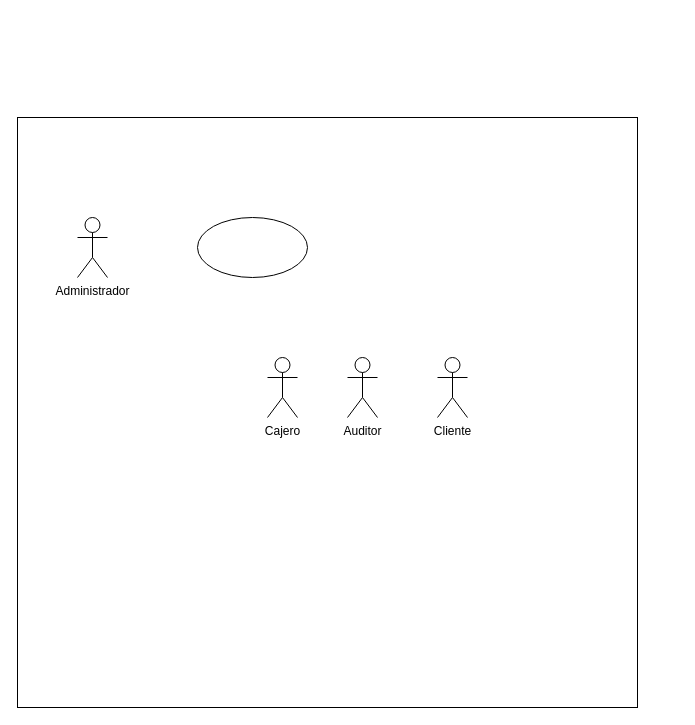
Before: page "Diagrama de casos de uso" (1 of 3) of TC14.drawio in KevinCordoba/RepositoriodeDiagramas, a draw.io diagram. Source tidied: cells renumbered, new cells numbered last; positions are measured from the earlier drawing's top-left corner, leaving out a move shared by most shapes. Both pictures are drawn from the tidied source at 100%, with x=0, y=0 at pixel (17, 117).
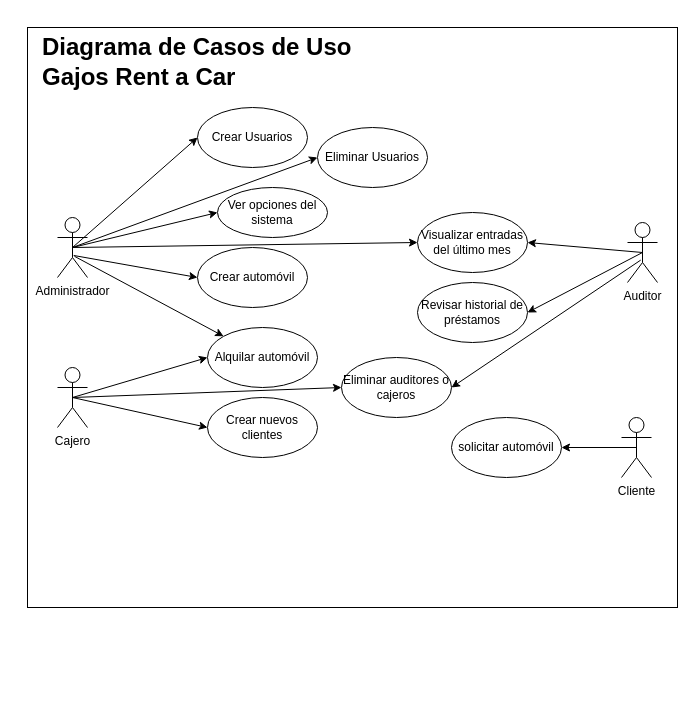
The same diagram, later.

Change to the diagram source:
```diff
@@
     <mxCell id="2" style="rounded=0;whiteSpace=wrap;html=1;" parent="1" vertex="1">
-      <mxGeometry width="620" height="590" as="geometry" />
+      <mxGeometry x="10" y="-90" width="650" height="580" as="geometry" />
     </mxCell>
     <mxCell id="3" value="Administrador" style="shape=umlActor;verticalLabelPosition=bottom;verticalAlign=top;html=1;" parent="1" vertex="1">
-      <mxGeometry x="60" y="100" width="30" height="60" as="geometry" />
+      <mxGeometry x="40" y="100" width="30" height="60" as="geometry" />
     </mxCell>
     <mxCell id="4" value="Cajero" style="shape=umlActor;verticalLabelPosition=bottom;verticalAlign=top;html=1;" parent="1" vertex="1">
-      <mxGeometry x="250" y="240" width="30" height="60" as="geometry" />
+      <mxGeometry x="40" y="250" width="30" height="60" as="geometry" />
     </mxCell>
     <mxCell id="5" value="Auditor" style="shape=umlActor;verticalLabelPosition=bottom;verticalAlign=top;html=1;" parent="1" vertex="1">
-      <mxGeometry x="330" y="240" width="30" height="60" as="geometry" />
+      <mxGeometry x="610" y="105" width="30" height="60" as="geometry" />
     </mxCell>
     <mxCell id="6" value="Cliente" style="shape=umlActor;verticalLabelPosition=bottom;verticalAlign=top;html=1;" parent="1" vertex="1">
-      <mxGeometry x="420" y="240" width="30" height="60" as="geometry" />
+      <mxGeometry x="604" y="300" width="30" height="60" as="geometry" />
     </mxCell>
+    <mxCell id="8" value="Crear nuevos clientes" style="ellipse;whiteSpace=wrap;html=1;" parent="1" vertex="1">
+      <mxGeometry x="190" y="280" width="110" height="60" as="geometry" />
+    </mxCell>
+    <mxCell id="9" value="Alquilar automóvil" style="ellipse;whiteSpace=wrap;html=1;" parent="1" vertex="1">
+      <mxGeometry x="190" y="210" width="110" height="60" as="geometry" />
+    </mxCell>
+    <mxCell id="10" style="endArrow=classic;html=1;rounded=0;exitX=0.5;exitY=0.5;exitDx=0;exitDy=0;exitPerimeter=0;entryX=0;entryY=0.5;entryDx=0;entryDy=0;" parent="1" edge="1" source="3" target="7">
+      <mxGeometry relative="1" as="geometry" />
+    </mxCell>
+    <mxCell id="11" style="endArrow=classic;html=1;rounded=0;exitX=0.5;exitY=0.5;exitDx=0;exitDy=0;exitPerimeter=0;entryX=0;entryY=0.5;entryDx=0;entryDy=0;" parent="1" edge="1" source="4" target="8">
+      <mxGeometry relative="1" as="geometry" />
+    </mxCell>
+    <mxCell id="12" style="endArrow=classic;html=1;rounded=0;exitX=0.5;exitY=0.5;exitDx=0;exitDy=0;exitPerimeter=0;entryX=0;entryY=0.5;entryDx=0;entryDy=0;" parent="1" edge="1" source="4" target="9">
+      <mxGeometry relative="1" as="geometry" />
+    </mxCell>
+    <mxCell id="13" value="Revisar historial de préstamos" style="ellipse;whiteSpace=wrap;html=1;" parent="1" vertex="1">
+      <mxGeometry x="400" y="165" width="110" height="60" as="geometry" />
+    </mxCell>
+    <mxCell id="14" value="Visualizar entradas del último mes" style="ellipse;whiteSpace=wrap;html=1;" parent="1" vertex="1">
+      <mxGeometry x="400" y="95" width="110" height="60" as="geometry" />
+    </mxCell>
+    <mxCell id="15" style="endArrow=classic;html=1;rounded=0;exitX=0.5;exitY=0.5;exitDx=0;exitDy=0;exitPerimeter=0;entryX=1;entryY=0.5;entryDx=0;entryDy=0;" parent="1" edge="1" source="5" target="13">
+      <mxGeometry relative="1" as="geometry" />
+    </mxCell>
+    <mxCell id="16" style="endArrow=classic;html=1;rounded=0;exitX=0.5;exitY=0.5;exitDx=0;exitDy=0;exitPerimeter=0;entryX=1;entryY=0.5;entryDx=0;entryDy=0;" parent="1" edge="1" source="5" target="14">
+      <mxGeometry relative="1" as="geometry" />
+    </mxCell>
+    <mxCell id="17" value="solicitar automóvil" style="ellipse;whiteSpace=wrap;html=1;" parent="1" vertex="1">
+      <mxGeometry x="434" y="300" width="110" height="60" as="geometry" />
+    </mxCell>
+    <mxCell id="18" style="endArrow=classic;html=1;rounded=0;exitX=0.5;exitY=0.5;exitDx=0;exitDy=0;exitPerimeter=0;entryX=1;entryY=0.5;entryDx=0;entryDy=0;" parent="1" edge="1" source="6" target="17">
+      <mxGeometry relative="1" as="geometry" />
+    </mxCell>
+    <mxCell id="19" value="Crear automóvil" style="ellipse;whiteSpace=wrap;html=1;" parent="1" vertex="1">
+      <mxGeometry x="180" y="130" width="110" height="60" as="geometry" />
+    </mxCell>
+    <mxCell id="20" style="endArrow=classic;html=1;rounded=0;exitX=0.54;exitY=0.633;exitDx=0;exitDy=0;exitPerimeter=0;entryX=0;entryY=0.5;entryDx=0;entryDy=0;" parent="1" edge="1" source="3" target="19">
+      <mxGeometry relative="1" as="geometry" />
+    </mxCell>
+    <mxCell id="21" style="endArrow=classic;html=1;rounded=0;exitX=0.567;exitY=0.647;exitDx=0;exitDy=0;exitPerimeter=0;entryX=0;entryY=0;entryDx=0;entryDy=0;" parent="1" edge="1" source="3" target="9">
+      <mxGeometry relative="1" as="geometry" />
+    </mxCell>
+    <mxCell id="22" style="endArrow=classic;html=1;rounded=0;exitX=0.5;exitY=0.5;exitDx=0;exitDy=0;exitPerimeter=0;entryX=0;entryY=0.5;entryDx=0;entryDy=0;" parent="1" edge="1" source="3" target="14">
+      <mxGeometry relative="1" as="geometry" />
+    </mxCell>
+    <mxCell id="23" value="Crear Usuarios" style="ellipse;whiteSpace=wrap;html=1;" parent="1" vertex="1">
+      <mxGeometry x="180" y="-10" width="110" height="60" as="geometry" />
+    </mxCell>
+    <mxCell id="24" style="endArrow=classic;html=1;rounded=0;exitX=0.5;exitY=0.5;exitDx=0;exitDy=0;exitPerimeter=0;entryX=0;entryY=0.5;entryDx=0;entryDy=0;" parent="1" edge="1" source="3" target="23">
+      <mxGeometry relative="1" as="geometry" />
+    </mxCell>
+    <mxCell id="25" value="Eliminar auditores o cajeros" style="ellipse;whiteSpace=wrap;html=1;" parent="1" vertex="1">
+      <mxGeometry x="324" y="240" width="110" height="60" as="geometry" />
+    </mxCell>
+    <mxCell id="26" style="endArrow=classic;html=1;rounded=0;exitX=0.44;exitY=0.627;exitDx=0;exitDy=0;exitPerimeter=0;entryX=1;entryY=0.5;entryDx=0;entryDy=0;" parent="1" edge="1" source="5" target="25">
+      <mxGeometry relative="1" as="geometry" />
+    </mxCell>
+    <mxCell id="27" style="endArrow=classic;html=1;rounded=0;exitX=0.5;exitY=0.5;exitDx=0;exitDy=0;exitPerimeter=0;entryX=0;entryY=0.5;entryDx=0;entryDy=0;" parent="1" edge="1" source="4" target="25">
+      <mxGeometry relative="1" as="geometry" />
+    </mxCell>
+    <mxCell id="28" value="Eliminar Usuarios" style="ellipse;whiteSpace=wrap;html=1;" parent="1" vertex="1">
+      <mxGeometry x="300" y="10" width="110" height="60" as="geometry" />
+    </mxCell>
+    <mxCell id="29" style="endArrow=classic;html=1;rounded=0;exitX=0.5;exitY=0.5;exitDx=0;exitDy=0;exitPerimeter=0;entryX=0;entryY=0.5;entryDx=0;entryDy=0;" parent="1" edge="1" source="3" target="28">
+      <mxGeometry relative="1" as="geometry" />
+    </mxCell>
-    <mxCell id="7" style="ellipse;whiteSpace=wrap;html=1;" parent="1" vertex="1">
-      <mxGeometry x="180" y="100" width="110" height="60" as="geometry" />
+    <mxCell id="7" value="Ver opciones del sistema" style="ellipse;whiteSpace=wrap;html=1;" parent="1" vertex="1">
+      <mxGeometry x="200" y="70" width="110" height="50" as="geometry" />
     </mxCell>
+    <mxCell id="30" value="&lt;h1&gt;Diagrama de Casos de Uso&lt;/h1&gt;" style="text;html=1;strokeColor=none;fillColor=none;spacing=5;spacingTop=-20;whiteSpace=wrap;overflow=hidden;rounded=0;" parent="1" vertex="1">
+      <mxGeometry x="20" y="-90" width="370" height="40" as="geometry" />
+    </mxCell>
+    <mxCell id="31" value="&lt;h1&gt;Gajos Rent a Car&lt;/h1&gt;" style="text;html=1;strokeColor=none;fillColor=none;spacing=5;spacingTop=-20;whiteSpace=wrap;overflow=hidden;rounded=0;" parent="1" vertex="1">
+      <mxGeometry x="20" y="-60" width="370" height="40" as="geometry" />
+    </mxCell>
```
